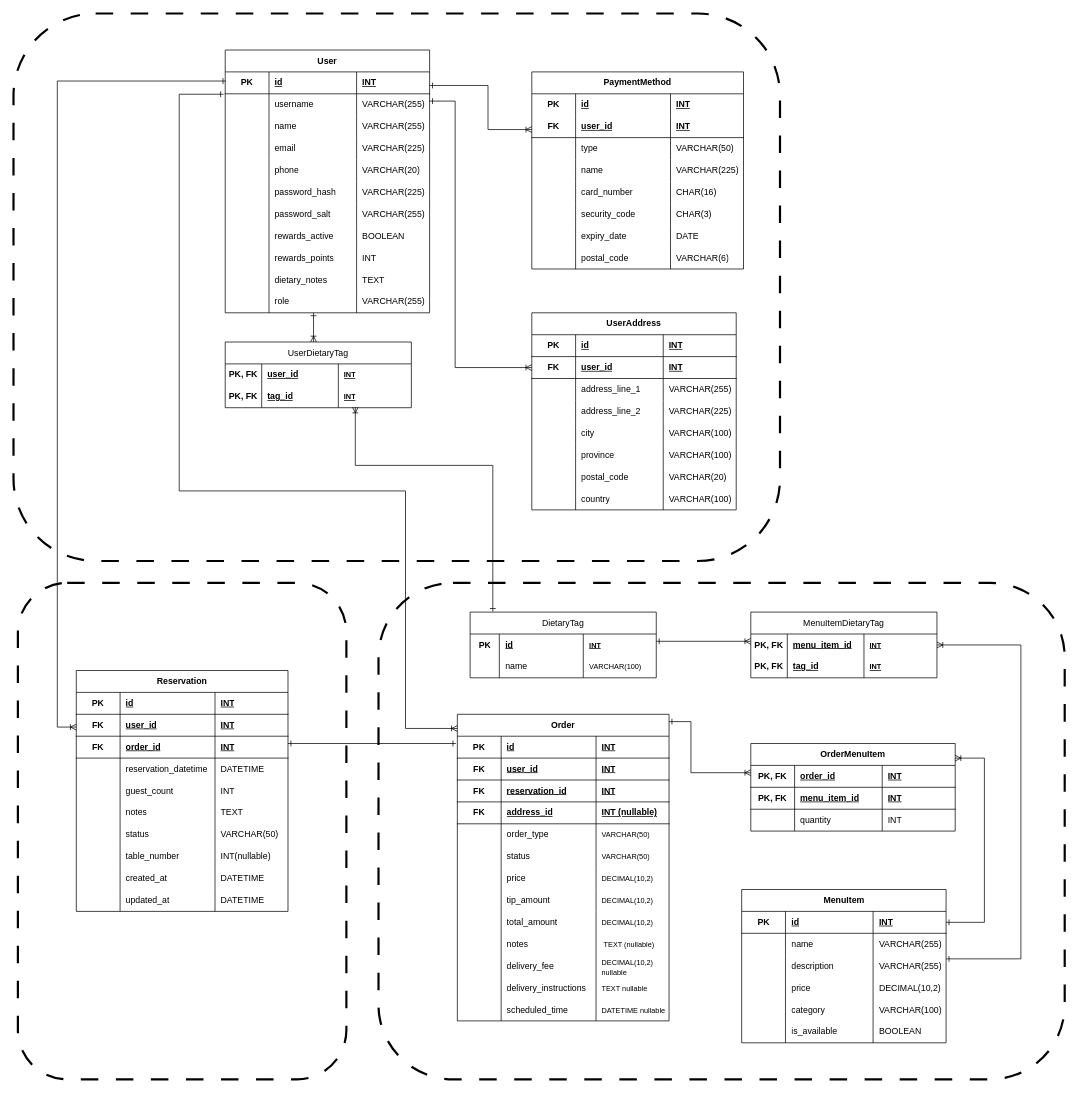
Before: page "Version 3" (1 of 3) of docs/ERD.drawio in Web-Development-UAlberta/exsm-3951-exsm-3943-spring-2025-python-c-project-team-restaurant-c, a draw.io diagram. Source tidied: cells renumbered, new cells numbered last; positions are measured from the earlier drawing's top-left corner, leaving out a move shared by most shapes. Both pictures are drawn from the tidied source at 73%, with x=0, y=0 at pixel (13, 13).
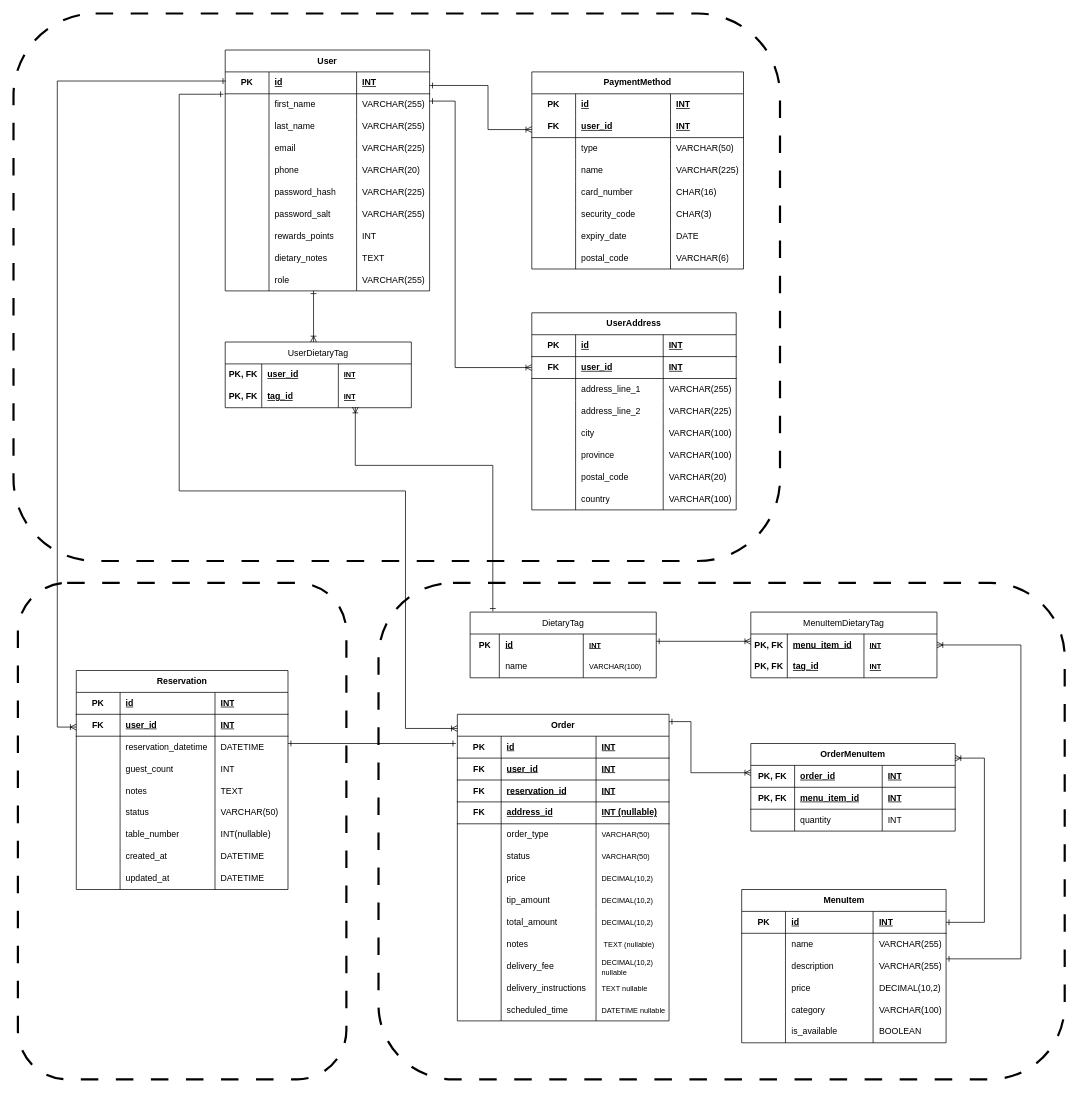
Above is the later version.

Commit message (it also covers changes not shown here):
Remove user name from user and add first and last name; Remove order_id from reservation;

Unchanged cells that the change refers to:
```xml
<mxCell id="70" style="shape=tableRow;horizontal=0;startSize=0;swimlaneHead=0;swimlaneBody=0;fillColor=none;top=0;left=0;right=0;bottom=0;html=1;" parent="65" vertex="1">
  <mxGeometry y="60" width="280" height="30" as="geometry" />
</mxCell>
<mxCell id="74" style="shape=tableRow;horizontal=0;startSize=0;swimlaneHead=0;swimlaneBody=0;fillColor=none;top=0;left=0;right=0;bottom=0;html=1;" parent="65" vertex="1">
  <mxGeometry y="90" width="280" height="30" as="geometry" />
</mxCell>
```

What changed in the source:
```diff
@@
     <mxCell id="65" value="User" style="shape=table;startSize=30;childLayout=tableLayout;rowLines=0;fontStyle=1;align=center;html=1;whiteSpace=wrap;" parent="1" vertex="1">
-      <mxGeometry x="290" y="50" width="280" height="360" as="geometry" />
+      <mxGeometry x="290" y="50" width="280" height="330" as="geometry" />
     </mxCell>
@@
-    <mxCell id="72" value="username" style="shape=partialRectangle;fillColor=none;top=0;left=0;bottom=0;right=0;align=left;spacingLeft=6;overflow=hidden;html=1;whiteSpace=wrap;" parent="70" vertex="1">
+    <mxCell id="72" value="first_name" style="shape=partialRectangle;fillColor=none;top=0;left=0;bottom=0;right=0;align=left;spacingLeft=6;overflow=hidden;html=1;whiteSpace=wrap;" parent="70" vertex="1">
       <mxGeometry x="60" width="120" height="30" as="geometry" />
     </mxCell>
@@
-    <mxCell id="76" value="name" style="shape=partialRectangle;fillColor=none;top=0;left=0;bottom=0;right=0;align=left;spacingLeft=6;overflow=hidden;html=1;whiteSpace=wrap;" parent="74" vertex="1">
+    <mxCell id="76" value="last_name" style="shape=partialRectangle;fillColor=none;top=0;left=0;bottom=0;right=0;align=left;spacingLeft=6;overflow=hidden;html=1;whiteSpace=wrap;" parent="74" vertex="1">
       <mxGeometry x="60" width="120" height="30" as="geometry" />
     </mxCell>
@@
-    <mxCell id="94" style="shape=tableRow;horizontal=0;startSize=0;swimlaneHead=0;swimlaneBody=0;fillColor=none;top=0;left=0;right=0;bottom=0;html=1;" parent="65" vertex="1">
-      <mxGeometry y="240" width="280" height="30" as="geometry" />
-    </mxCell>
-    <mxCell id="95" style="shape=partialRectangle;fillColor=none;top=0;left=0;bottom=0;right=0;overflow=hidden;html=1;whiteSpace=wrap;" parent="94" vertex="1">
-      <mxGeometry width="60" height="30" as="geometry" />
-    </mxCell>
-    <mxCell id="96" value="rewards_active" style="shape=partialRectangle;fillColor=none;top=0;left=0;bottom=0;right=0;align=left;spacingLeft=6;overflow=hidden;html=1;whiteSpace=wrap;" parent="94" vertex="1">
-      <mxGeometry x="60" width="120" height="30" as="geometry" />
-    </mxCell>
-    <mxCell id="97" value="BOOLEAN" style="shape=partialRectangle;fillColor=none;top=0;left=0;bottom=0;right=0;align=left;spacingLeft=6;overflow=hidden;html=1;whiteSpace=wrap;" parent="94" vertex="1">
-      <mxGeometry x="180" width="100" height="30" as="geometry" />
-    </mxCell>
     <mxCell id="98" style="shape=tableRow;horizontal=0;startSize=0;swimlaneHead=0;swimlaneBody=0;fillColor=none;top=0;left=0;right=0;bottom=0;html=1;" parent="65" vertex="1">
-      <mxGeometry y="270" width="280" height="30" as="geometry" />
+      <mxGeometry y="240" width="280" height="30" as="geometry" />
     </mxCell>
@@
     <mxCell id="102" style="shape=tableRow;horizontal=0;startSize=0;swimlaneHead=0;swimlaneBody=0;fillColor=none;top=0;left=0;right=0;bottom=0;html=1;" parent="65" vertex="1">
-      <mxGeometry y="300" width="280" height="30" as="geometry" />
+      <mxGeometry y="270" width="280" height="30" as="geometry" />
     </mxCell>
@@
     <mxCell id="106" style="shape=tableRow;horizontal=0;startSize=0;swimlaneHead=0;swimlaneBody=0;fillColor=none;points=[[0,0.5],[1,0.5]];portConstraint=eastwest;top=0;left=0;right=0;bottom=0;html=1;" parent="65" vertex="1">
-      <mxGeometry y="330" width="280" height="30" as="geometry" />
+      <mxGeometry y="300" width="280" height="30" as="geometry" />
     </mxCell>
@@
     <mxCell id="143" value="Reservation" style="shape=table;startSize=30;childLayout=tableLayout;rowLines=0;fontStyle=1;align=center;html=1;whiteSpace=wrap;" parent="1" vertex="1">
-      <mxGeometry x="86" y="900" width="290" height="330" as="geometry" />
+      <mxGeometry x="86" y="900" width="290" height="300" as="geometry" />
     </mxCell>
@@
-    <mxCell id="152" style="shape=tableRow;horizontal=0;startSize=0;swimlaneHead=0;swimlaneBody=0;fillColor=none;top=0;left=0;right=0;bottom=1;html=1;" parent="143" vertex="1">
-      <mxGeometry y="90" width="290" height="30" as="geometry" />
-    </mxCell>
-    <mxCell id="153" value="FK" style="shape=partialRectangle;fillColor=none;top=0;left=0;bottom=0;right=0;fontStyle=1;overflow=hidden;html=1;whiteSpace=wrap;" parent="152" vertex="1">
-      <mxGeometry width="60" height="30" as="geometry" />
-    </mxCell>
-    <mxCell id="154" value="order_id" style="shape=partialRectangle;fillColor=none;top=0;left=0;bottom=0;right=0;align=left;spacingLeft=6;fontStyle=5;overflow=hidden;html=1;whiteSpace=wrap;" parent="152" vertex="1">
-      <mxGeometry x="60" width="130" height="30" as="geometry" />
-    </mxCell>
-    <mxCell id="155" value="INT" style="shape=partialRectangle;fillColor=none;top=0;left=0;bottom=0;right=0;align=left;spacingLeft=6;fontStyle=5;overflow=hidden;html=1;whiteSpace=wrap;" parent="152" vertex="1">
-      <mxGeometry x="190" width="100" height="30" as="geometry" />
-    </mxCell>
     <mxCell id="156" style="shape=tableRow;horizontal=0;startSize=0;swimlaneHead=0;swimlaneBody=0;fillColor=none;top=0;left=0;right=0;bottom=0;html=1;" parent="143" vertex="1">
-      <mxGeometry y="120" width="290" height="30" as="geometry" />
+      <mxGeometry y="90" width="290" height="30" as="geometry" />
     </mxCell>
@@
     <mxCell id="160" style="shape=tableRow;horizontal=0;startSize=0;swimlaneHead=0;swimlaneBody=0;fillColor=none;top=0;left=0;right=0;bottom=0;html=1;" parent="143" vertex="1">
-      <mxGeometry y="150" width="290" height="30" as="geometry" />
+      <mxGeometry y="120" width="290" height="30" as="geometry" />
     </mxCell>
@@
     <mxCell id="164" style="shape=tableRow;horizontal=0;startSize=0;swimlaneHead=0;swimlaneBody=0;fillColor=none;top=0;left=0;right=0;bottom=0;html=1;" parent="143" vertex="1">
-      <mxGeometry y="180" width="290" height="30" as="geometry" />
+      <mxGeometry y="150" width="290" height="30" as="geometry" />
     </mxCell>
@@
     <mxCell id="168" style="shape=tableRow;horizontal=0;startSize=0;swimlaneHead=0;swimlaneBody=0;fillColor=none;top=0;left=0;right=0;bottom=0;html=1;" parent="143" vertex="1">
-      <mxGeometry y="210" width="290" height="30" as="geometry" />
+      <mxGeometry y="180" width="290" height="30" as="geometry" />
     </mxCell>
@@
     <mxCell id="172" style="shape=tableRow;horizontal=0;startSize=0;swimlaneHead=0;swimlaneBody=0;fillColor=none;top=0;left=0;right=0;bottom=0;html=1;" parent="143" vertex="1">
-      <mxGeometry y="240" width="290" height="30" as="geometry" />
+      <mxGeometry y="210" width="290" height="30" as="geometry" />
     </mxCell>
@@
     <mxCell id="176" style="shape=tableRow;horizontal=0;startSize=0;swimlaneHead=0;swimlaneBody=0;fillColor=none;top=0;left=0;right=0;bottom=0;html=1;" parent="143" vertex="1">
-      <mxGeometry y="270" width="290" height="30" as="geometry" />
+      <mxGeometry y="240" width="290" height="30" as="geometry" />
     </mxCell>
@@
     <mxCell id="180" style="shape=tableRow;horizontal=0;startSize=0;swimlaneHead=0;swimlaneBody=0;fillColor=none;top=0;left=0;right=0;bottom=0;html=1;" parent="143" vertex="1">
-      <mxGeometry y="300" width="290" height="30" as="geometry" />
+      <mxGeometry y="270" width="290" height="30" as="geometry" />
     </mxCell>
@@
-    <mxCell id="282" style="edgeStyle=orthogonalEdgeStyle;rounded=0;orthogonalLoop=1;jettySize=auto;html=1;startArrow=ERone;startFill=0;endArrow=ERoneToMany;endFill=0;" parent="1" edge="1">
+    <mxCell id="282" style="edgeStyle=orthogonalEdgeStyle;rounded=0;jettySize=auto;html=1;startArrow=ERone;startFill=0;endArrow=ERoneToMany;endFill=0;exitX=0.435;exitY=0.99;exitDx=0;exitDy=0;exitPerimeter=0;" parent="1" edge="1" source="106">
       <mxGeometry relative="1" as="geometry">
-        <mxPoint x="411" y="410" as="sourcePoint" />
         <mxPoint x="411" y="450" as="targetPoint" />
         <Array as="points">
-          <mxPoint x="411" y="450" />
+          <mxPoint x="412" y="450" />
         </Array>
       </mxGeometry>
     </mxCell>
```
